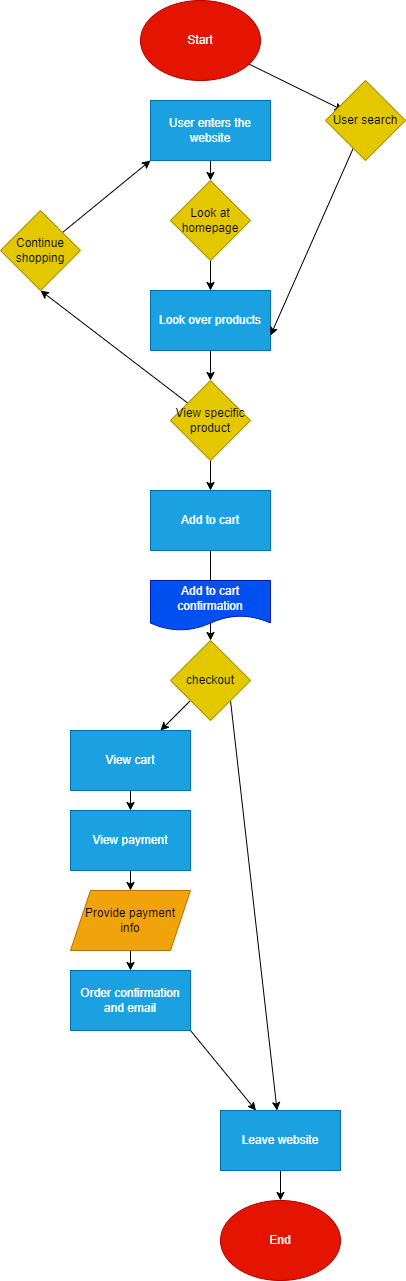
The draw.io diagram explore/diagramming/diagram.drawio.png in MaximPodgore/sp24-cse110-lab4, before a commit. Source tidied: cells renumbered, new cells last; positions are measured from the earlier drawing's top-left corner, leaving out a move shared by most shapes.
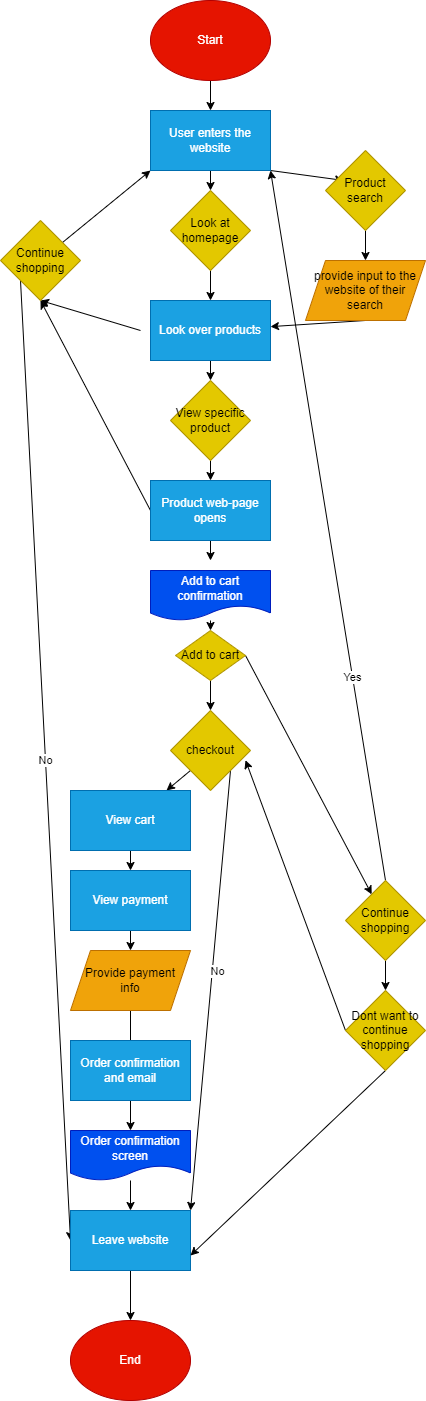
Later version of the same file.

The edit, as a diff of the source:
```diff
@@ -2,11 +2,14 @@
   <root>
     <mxCell id="0" />
     <mxCell id="1" parent="0" />
-    <mxCell id="2" style="edgeStyle=none;html=1;entryX=0.223;entryY=0.374;entryDx=0;entryDy=0;entryPerimeter=0;" parent="1" edge="1" source="3" target="11">
+    <mxCell id="2" style="edgeStyle=none;html=1;entryX=0.223;entryY=0.374;entryDx=0;entryDy=0;entryPerimeter=0;exitX=1;exitY=1;exitDx=0;exitDy=0;" parent="1" edge="1" source="5" target="11">
       <mxGeometry relative="1" as="geometry" />
     </mxCell>
+    <mxCell id="34" style="edgeStyle=none;html=1;exitX=0.5;exitY=1;exitDx=0;exitDy=0;" parent="1" edge="1" source="3" target="5">
+      <mxGeometry relative="1" as="geometry" />
+    </mxCell>
     <mxCell id="3" value="Start" style="ellipse;whiteSpace=wrap;html=1;fillColor=#e51400;fontColor=#ffffff;strokeColor=#B20000;" parent="1" vertex="1">
-      <mxGeometry x="140" width="120" height="80" as="geometry" />
+      <mxGeometry x="150" y="-10" width="120" height="80" as="geometry" />
     </mxCell>
     <mxCell id="4" style="edgeStyle=none;html=1;" parent="1" edge="1" source="5" target="9">
       <mxGeometry relative="1" as="geometry" />
@@ -26,77 +29,142 @@
     <mxCell id="9" value="Look at homepage" style="rhombus;whiteSpace=wrap;html=1;fillColor=#e3c800;fontColor=#000000;strokeColor=#B09500;" parent="1" vertex="1">
       <mxGeometry x="170" y="180" width="80" height="80" as="geometry" />
     </mxCell>
-    <mxCell id="10" style="edgeStyle=none;html=1;entryX=1;entryY=0.75;entryDx=0;entryDy=0;" parent="1" edge="1" source="11" target="7">
+    <mxCell id="10" style="edgeStyle=none;html=1;entryX=0.5;entryY=0;entryDx=0;entryDy=0;" parent="1" edge="1" source="11" target="42">
       <mxGeometry relative="1" as="geometry" />
     </mxCell>
-    <mxCell id="11" value="User search&lt;br&gt;" style="rhombus;whiteSpace=wrap;html=1;fillColor=#e3c800;fontColor=#000000;strokeColor=#B09500;" parent="1" vertex="1">
-      <mxGeometry x="325" y="80" width="80" height="80" as="geometry" />
+    <mxCell id="11" value="Product search" style="rhombus;whiteSpace=wrap;html=1;fillColor=#e3c800;fontColor=#000000;strokeColor=#B09500;" parent="1" vertex="1">
+      <mxGeometry x="325" y="140" width="80" height="80" as="geometry" />
     </mxCell>
-    <mxCell id="12" style="edgeStyle=none;html=1;entryX=0.5;entryY=1;entryDx=0;entryDy=0;" parent="1" edge="1" source="14" target="16">
-      <mxGeometry relative="1" as="geometry" />
+    <mxCell id="12" style="edgeStyle=none;html=1;entryX=0.5;entryY=1;entryDx=0;entryDy=0;" parent="1" edge="1" target="16">
+      <mxGeometry relative="1" as="geometry">
+        <mxPoint x="140" y="320" as="sourcePoint" />
+      </mxGeometry>
     </mxCell>
-    <mxCell id="13" style="edgeStyle=none;html=1;" parent="1" edge="1" source="14" target="18">
-      <mxGeometry relative="1" as="geometry" />
-    </mxCell>
+    <mxCell id="35" style="edgeStyle=none;html=1;exitX=0.5;exitY=1;exitDx=0;exitDy=0;entryX=0.5;entryY=0;entryDx=0;entryDy=0;" parent="1" edge="1" source="14" target="45">
+      <mxGeometry relative="1" as="geometry" />
+    </mxCell>
     <mxCell id="14" value="View specific product" style="rhombus;whiteSpace=wrap;html=1;fillColor=#e3c800;fontColor=#000000;strokeColor=#B09500;" parent="1" vertex="1">
-      <mxGeometry x="170" y="380" width="80" height="80" as="geometry" />
+      <mxGeometry x="170" y="370" width="80" height="80" as="geometry" />
     </mxCell>
     <mxCell id="15" style="edgeStyle=none;html=1;entryX=0;entryY=1;entryDx=0;entryDy=0;" parent="1" edge="1" source="16" target="5">
       <mxGeometry relative="1" as="geometry" />
     </mxCell>
+    <mxCell id="36" value="No" style="edgeStyle=none;html=1;exitX=0;exitY=1;exitDx=0;exitDy=0;entryX=0;entryY=0.5;entryDx=0;entryDy=0;" parent="1" edge="1" source="16" target="32">
+      <mxGeometry relative="1" as="geometry" />
+    </mxCell>
     <mxCell id="16" value="Continue shopping" style="rhombus;whiteSpace=wrap;html=1;fillColor=#e3c800;fontColor=#000000;strokeColor=#B09500;" parent="1" vertex="1">
       <mxGeometry y="210" width="80" height="80" as="geometry" />
     </mxCell>
-    <mxCell id="17" style="edgeStyle=none;html=1;" parent="1" edge="1" source="18" target="22">
+    <mxCell id="17" style="edgeStyle=none;html=1;startArrow=none;entryX=0.5;entryY=0;entryDx=0;entryDy=0;" parent="1" edge="1" source="19" target="18">
       <mxGeometry relative="1" as="geometry" />
     </mxCell>
-    <mxCell id="18" value="Add to cart&lt;br&gt;" style="rounded=0;whiteSpace=wrap;html=1;fillColor=#1ba1e2;fontColor=#ffffff;strokeColor=#006EAF;" parent="1" vertex="1">
-      <mxGeometry x="150" y="490" width="120" height="60" as="geometry" />
-    </mxCell>
-    <mxCell id="19" value="Add to cart confirmation" style="shape=document;whiteSpace=wrap;html=1;boundedLbl=1;fillColor=#0050ef;fontColor=#ffffff;strokeColor=#001DBC;" parent="1" vertex="1">
-      <mxGeometry x="150" y="580" width="120" height="50" as="geometry" />
-    </mxCell>
+    <mxCell id="37" style="edgeStyle=none;html=1;" parent="1" edge="1" target="19">
+      <mxGeometry relative="1" as="geometry">
+        <mxPoint x="210" y="610" as="sourcePoint" />
+      </mxGeometry>
+    </mxCell>
     <mxCell id="20" style="edgeStyle=none;html=1;exitX=0;exitY=1;exitDx=0;exitDy=0;" parent="1" edge="1" source="22" target="24">
       <mxGeometry relative="1" as="geometry" />
     </mxCell>
-    <mxCell id="21" style="edgeStyle=none;html=1;exitX=1;exitY=1;exitDx=0;exitDy=0;" parent="1" edge="1" source="22" target="32">
+    <mxCell id="21" style="edgeStyle=none;html=1;exitX=1;exitY=1;exitDx=0;exitDy=0;entryX=1;entryY=0;entryDx=0;entryDy=0;" parent="1" edge="1" source="22" target="32">
       <mxGeometry relative="1" as="geometry" />
     </mxCell>
+    <mxCell id="38" value="No" style="edgeLabel;html=1;align=center;verticalAlign=middle;" parent="21" vertex="1">
+      <mxGeometry x="-0.09" y="5" relative="1" as="geometry" />
+    </mxCell>
+    <mxCell id="39" style="edgeStyle=none;html=1;exitX=1;exitY=0.5;exitDx=0;exitDy=0;" parent="1" edge="1" source="18" target="50">
+      <mxGeometry relative="1" as="geometry" />
+    </mxCell>
     <mxCell id="22" value="checkout" style="rhombus;whiteSpace=wrap;html=1;fillColor=#e3c800;fontColor=#000000;strokeColor=#B09500;" parent="1" vertex="1">
-      <mxGeometry x="170" y="640" width="80" height="80" as="geometry" />
+      <mxGeometry x="170" y="700" width="80" height="80" as="geometry" />
     </mxCell>
     <mxCell id="23" style="edgeStyle=none;html=1;exitX=0.5;exitY=1;exitDx=0;exitDy=0;" parent="1" edge="1" source="24" target="26">
       <mxGeometry relative="1" as="geometry" />
     </mxCell>
     <mxCell id="24" value="View cart" style="rounded=0;whiteSpace=wrap;html=1;fillColor=#1ba1e2;fontColor=#ffffff;strokeColor=#006EAF;" parent="1" vertex="1">
-      <mxGeometry x="70" y="730" width="120" height="60" as="geometry" />
+      <mxGeometry x="70" y="780" width="120" height="60" as="geometry" />
     </mxCell>
     <mxCell id="25" style="edgeStyle=none;html=1;exitX=0.5;exitY=1;exitDx=0;exitDy=0;" parent="1" edge="1" source="26" target="28">
       <mxGeometry relative="1" as="geometry" />
     </mxCell>
     <mxCell id="26" value="View payment" style="rounded=0;whiteSpace=wrap;html=1;fillColor=#1ba1e2;fontColor=#ffffff;strokeColor=#006EAF;" parent="1" vertex="1">
-      <mxGeometry x="70" y="810" width="120" height="60" as="geometry" />
+      <mxGeometry x="70" y="860" width="120" height="60" as="geometry" />
     </mxCell>
-    <mxCell id="27" style="edgeStyle=none;html=1;exitX=0.5;exitY=1;exitDx=0;exitDy=0;" parent="1" edge="1" source="28" target="30">
-      <mxGeometry relative="1" as="geometry" />
+    <mxCell id="27" style="edgeStyle=none;html=1;exitX=0.5;exitY=1;exitDx=0;exitDy=0;" parent="1" edge="1" source="28">
+      <mxGeometry relative="1" as="geometry">
+        <mxPoint x="130" y="1080" as="targetPoint" />
+      </mxGeometry>
     </mxCell>
     <mxCell id="28" value="Provide payment &lt;br&gt;info" style="shape=parallelogram;perimeter=parallelogramPerimeter;whiteSpace=wrap;html=1;fixedSize=1;fillColor=#f0a30a;fontColor=#000000;strokeColor=#BD7000;" parent="1" vertex="1">
-      <mxGeometry x="70" y="890" width="120" height="60" as="geometry" />
+      <mxGeometry x="70" y="940" width="120" height="60" as="geometry" />
     </mxCell>
-    <mxCell id="29" style="edgeStyle=none;html=1;exitX=1;exitY=1;exitDx=0;exitDy=0;" parent="1" edge="1" source="30" target="32">
-      <mxGeometry relative="1" as="geometry" />
-    </mxCell>
+    <mxCell id="40" style="edgeStyle=none;html=1;" parent="1" edge="1" source="30" target="55">
+      <mxGeometry relative="1" as="geometry" />
+    </mxCell>
     <mxCell id="30" value="Order confirmation and email" style="rounded=0;whiteSpace=wrap;html=1;fillColor=#1ba1e2;fontColor=#ffffff;strokeColor=#006EAF;" parent="1" vertex="1">
-      <mxGeometry x="70" y="970" width="120" height="60" as="geometry" />
+      <mxGeometry x="70" y="1030" width="120" height="60" as="geometry" />
     </mxCell>
     <mxCell id="31" style="edgeStyle=none;html=1;" parent="1" edge="1" source="32" target="33">
       <mxGeometry relative="1" as="geometry" />
     </mxCell>
     <mxCell id="32" value="Leave website" style="rounded=0;whiteSpace=wrap;html=1;fillColor=#1ba1e2;fontColor=#ffffff;strokeColor=#006EAF;" parent="1" vertex="1">
-      <mxGeometry x="220" y="1110" width="120" height="60" as="geometry" />
+      <mxGeometry x="70" y="1200" width="120" height="60" as="geometry" />
     </mxCell>
     <mxCell id="33" value="End" style="ellipse;whiteSpace=wrap;html=1;fillColor=#e51400;fontColor=#ffffff;strokeColor=#B20000;" parent="1" vertex="1">
-      <mxGeometry x="220" y="1200" width="120" height="80" as="geometry" />
+      <mxGeometry x="70" y="1310" width="120" height="80" as="geometry" />
     </mxCell>
+    <mxCell id="41" style="edgeStyle=none;html=1;exitX=0.5;exitY=1;exitDx=0;exitDy=0;" parent="1" edge="1" source="42" target="7">
+      <mxGeometry relative="1" as="geometry" />
+    </mxCell>
+    <mxCell id="42" value="provide input to the website of their search" style="shape=parallelogram;perimeter=parallelogramPerimeter;whiteSpace=wrap;html=1;fixedSize=1;fillColor=#f0a30a;fontColor=#000000;strokeColor=#BD7000;" parent="1" vertex="1">
+      <mxGeometry x="305" y="250" width="120" height="60" as="geometry" />
+    </mxCell>
+    <mxCell id="19" value="Add to cart confirmation" style="shape=document;whiteSpace=wrap;html=1;boundedLbl=1;fillColor=#0050ef;fontColor=#ffffff;strokeColor=#001DBC;" parent="1" vertex="1">
+      <mxGeometry x="150" y="560" width="120" height="50" as="geometry" />
+    </mxCell>
+    <mxCell id="43" style="edgeStyle=none;html=1;exitX=0.5;exitY=1;exitDx=0;exitDy=0;" parent="1" edge="1" source="45">
+      <mxGeometry relative="1" as="geometry">
+        <mxPoint x="210" y="550" as="targetPoint" />
+      </mxGeometry>
+    </mxCell>
+    <mxCell id="44" style="edgeStyle=none;html=1;exitX=0;exitY=0.5;exitDx=0;exitDy=0;entryX=0.5;entryY=1;entryDx=0;entryDy=0;" parent="1" edge="1" source="45" target="16">
+      <mxGeometry relative="1" as="geometry" />
+    </mxCell>
+    <mxCell id="45" value="Product web-page opens" style="rounded=0;whiteSpace=wrap;html=1;fillColor=#1ba1e2;fontColor=#ffffff;strokeColor=#006EAF;" parent="1" vertex="1">
+      <mxGeometry x="150" y="470" width="120" height="60" as="geometry" />
+    </mxCell>
+    <mxCell id="46" style="edgeStyle=none;html=1;exitX=0.5;exitY=1;exitDx=0;exitDy=0;entryX=0.5;entryY=0;entryDx=0;entryDy=0;" parent="1" edge="1" source="18" target="22">
+      <mxGeometry relative="1" as="geometry" />
+    </mxCell>
+    <mxCell id="18" value="Add to cart" style="rhombus;whiteSpace=wrap;html=1;fillColor=#e3c800;fontColor=#000000;strokeColor=#B09500;" parent="1" vertex="1">
+      <mxGeometry x="175" y="620" width="70" height="50" as="geometry" />
+    </mxCell>
+    <mxCell id="47" style="edgeStyle=none;html=1;exitX=0.5;exitY=0;exitDx=0;exitDy=0;entryX=1;entryY=1;entryDx=0;entryDy=0;" parent="1" edge="1" source="50" target="5">
+      <mxGeometry relative="1" as="geometry" />
+    </mxCell>
+    <mxCell id="48" value="Yes" style="edgeLabel;html=1;align=center;verticalAlign=middle;" parent="47" vertex="1">
+      <mxGeometry x="-0.43" y="1" relative="1" as="geometry" />
+    </mxCell>
+    <mxCell id="49" style="edgeStyle=none;html=1;" parent="1" edge="1" source="50" target="53">
+      <mxGeometry relative="1" as="geometry" />
+    </mxCell>
+    <mxCell id="50" value="Continue shopping" style="rhombus;whiteSpace=wrap;html=1;fillColor=#e3c800;fontColor=#000000;strokeColor=#B09500;" parent="1" vertex="1">
+      <mxGeometry x="345" y="870" width="80" height="80" as="geometry" />
+    </mxCell>
+    <mxCell id="51" style="edgeStyle=none;html=1;exitX=0;exitY=0.5;exitDx=0;exitDy=0;entryX=0.938;entryY=0.622;entryDx=0;entryDy=0;entryPerimeter=0;" parent="1" edge="1" source="53" target="22">
+      <mxGeometry relative="1" as="geometry" />
+    </mxCell>
+    <mxCell id="52" style="edgeStyle=none;html=1;exitX=0.5;exitY=1;exitDx=0;exitDy=0;entryX=1;entryY=0.75;entryDx=0;entryDy=0;" parent="1" edge="1" source="53" target="32">
+      <mxGeometry relative="1" as="geometry" />
+    </mxCell>
+    <mxCell id="53" value="Dont want to continue shopping" style="rhombus;whiteSpace=wrap;html=1;fillColor=#e3c800;fontColor=#000000;strokeColor=#B09500;" parent="1" vertex="1">
+      <mxGeometry x="345" y="980" width="80" height="80" as="geometry" />
+    </mxCell>
+    <mxCell id="54" style="edgeStyle=none;html=1;" parent="1" edge="1" source="55" target="32">
+      <mxGeometry relative="1" as="geometry" />
+    </mxCell>
+    <mxCell id="55" value="Order confirmation screen" style="shape=document;whiteSpace=wrap;html=1;boundedLbl=1;fillColor=#0050ef;fontColor=#ffffff;strokeColor=#001DBC;" parent="1" vertex="1">
+      <mxGeometry x="70" y="1120" width="120" height="50" as="geometry" />
+    </mxCell>
   </root>
 </mxGraphModel>
```
